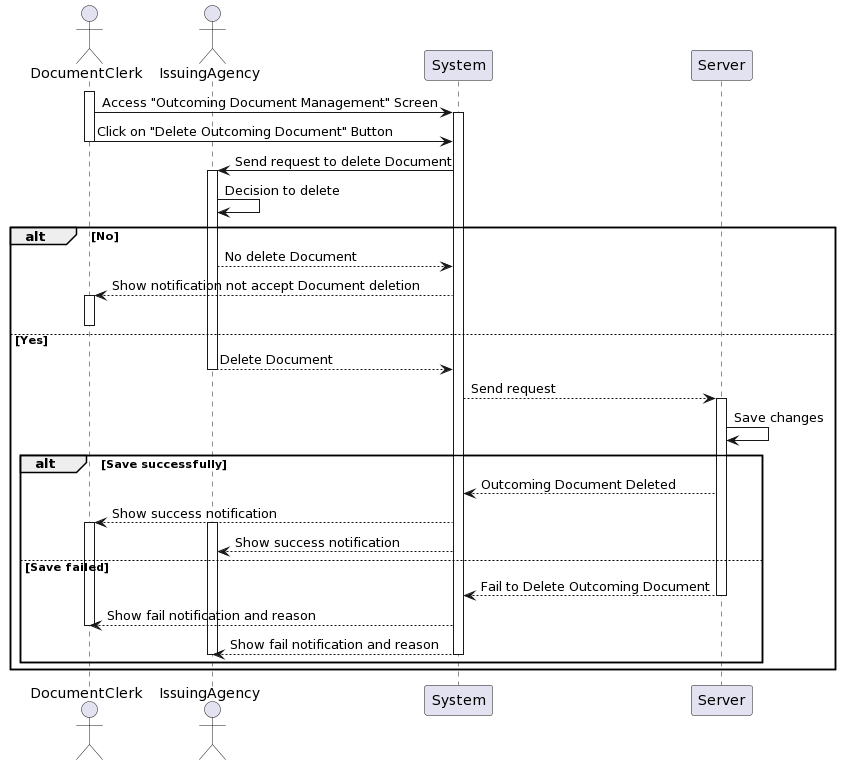
This is Lab1/Lab1.2/SequenceDiagram/OutcomingDocument/DeleteOutcomingDocument/DeleteOutcomingDocument_SequenceDiagram.png from khoapham1003/SE357-Pratice-class, a PlantUML export, as it was before one commit.
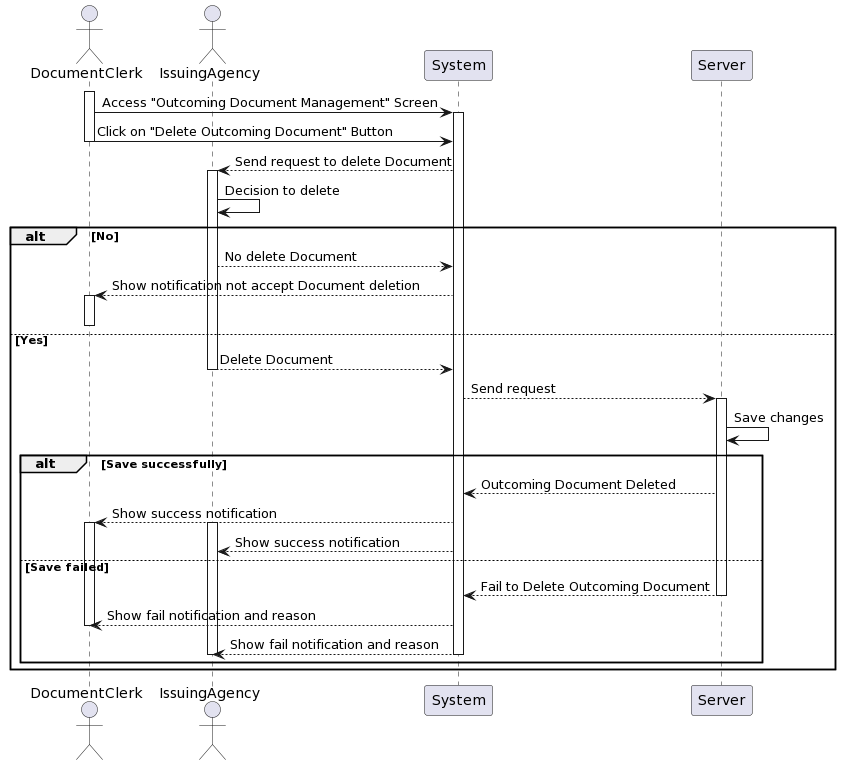
After the change.

What changed in the source:
```diff
@@ -9,7 +9,7 @@
 activate System
 User -> System: Click on "Delete Outcoming Document" Button
 deactivate User
-System -> Issuing: Send request to delete Document
+System --> Issuing: Send request to delete Document
 activate Issuing
 Issuing -> Issuing: Decision to delete
 alt No
```
